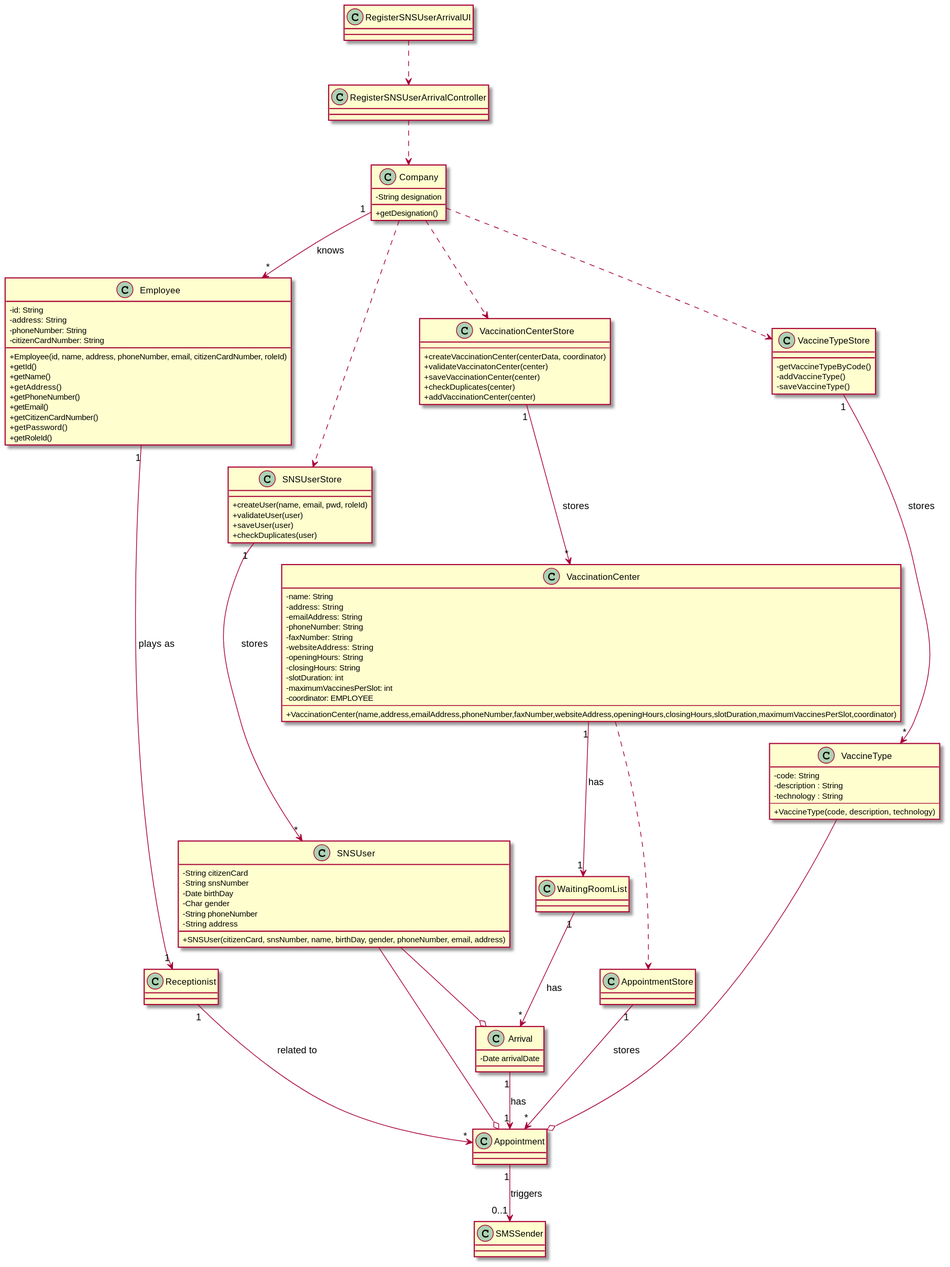
This is docs/SprintC/US04/CD/US04_CD.svg from miseEnPlace-i/lapr2, a PlantUML export, as it was before one commit.
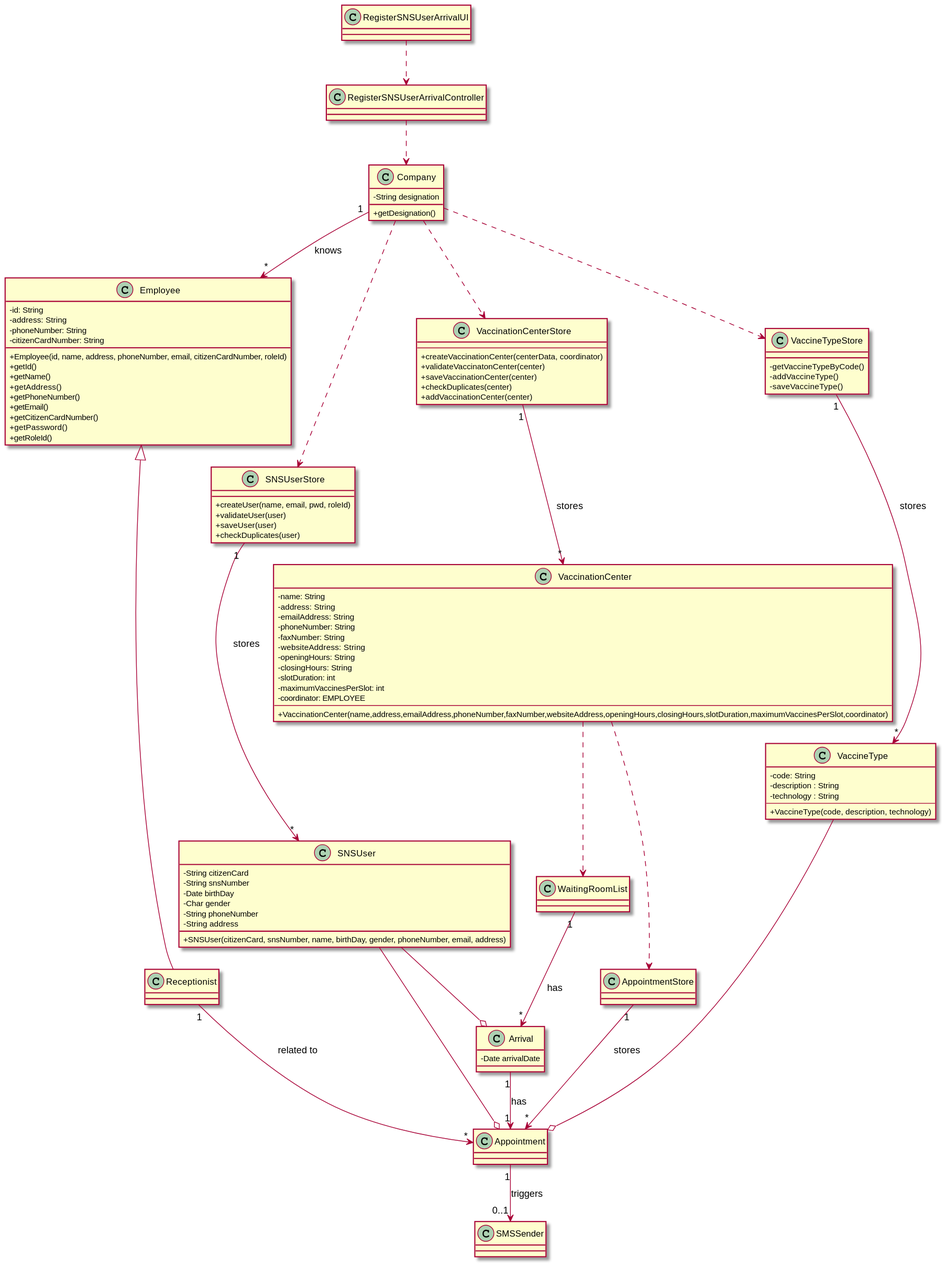
Later version of the same file.

What changed in the source:
```diff
@@ -110,7 +110,7 @@
 Company ..> VaccineTypeStore
 Company "1" --> "*" Employee : knows
 
-Employee "1" --> "1" Receptionist : plays as
+Employee <|-- Receptionist
 
 Receptionist "1" --> "*" Appointment : related to
 
@@ -123,7 +123,7 @@
 
 SNSUserStore "1" --> "*" SNSUser : stores
 
-VaccinationCenter "1" --> "1" WaitingRoomList : has
+VaccinationCenter ..> WaitingRoomList
 VaccinationCenter ..> AppointmentStore
 
 VaccinationCenterStore "1" --> "*" VaccinationCenter : stores
```
